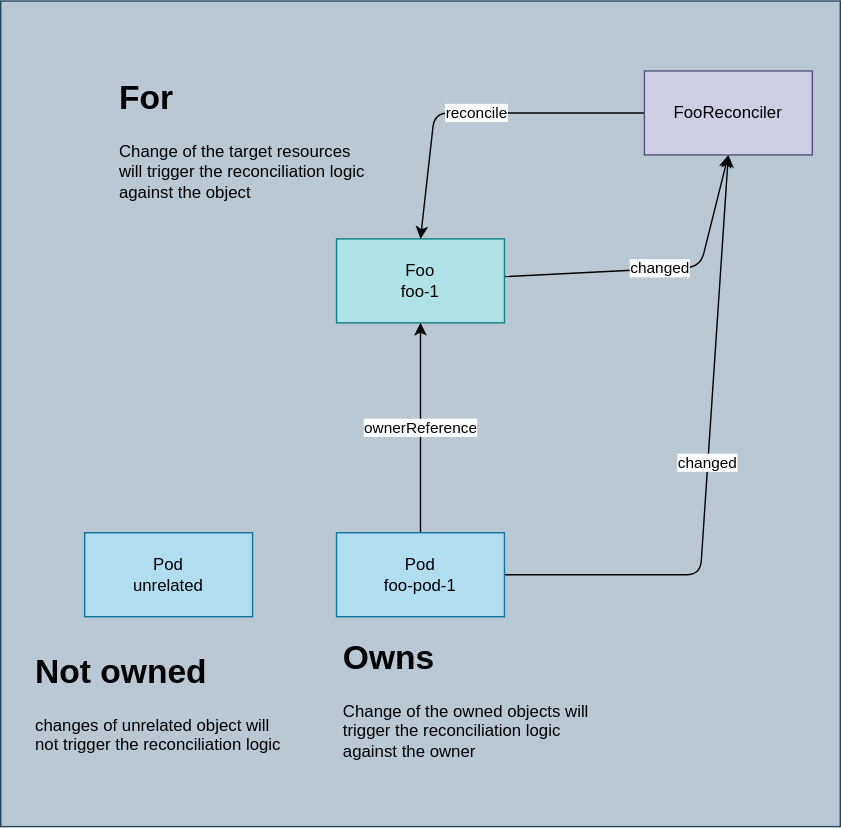
nakamasato/kubernetes-training keeps this draw.io diagram as contents/kubernetes-operator/controller-runtime/builder/for-owns-example.drawio.svg. Above is the earlier version. Source tidied: cells renumbered, new cells last; positions are measured from the earlier drawing's top-left corner, leaving out a move shared by most shapes.
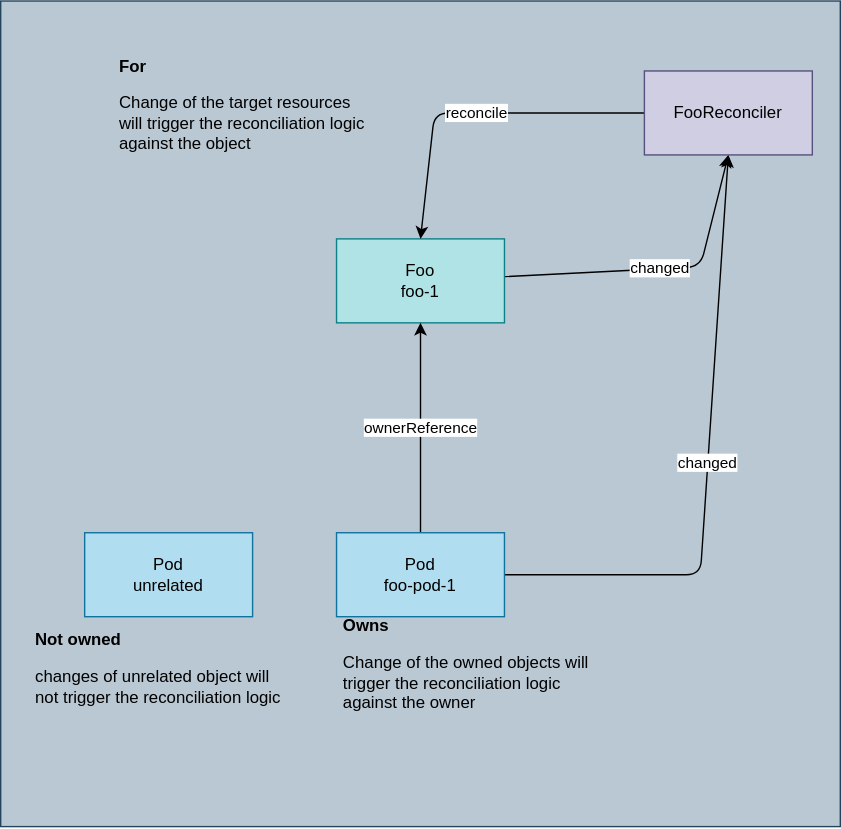
The same diagram one commit later.

Change to the diagram source:
```diff
@@ -41,13 +41,13 @@
     <mxCell id="10" value="Pod&lt;br&gt;unrelated" style="rounded=0;whiteSpace=wrap;html=1;fillColor=#b1ddf0;strokeColor=#10739e;" parent="1" vertex="1">
       <mxGeometry x="60" y="380" width="120" height="60" as="geometry" />
     </mxCell>
-    <mxCell id="11" value="&lt;h1&gt;Owns&lt;/h1&gt;&lt;p&gt;Change of the owned objects will trigger the reconciliation logic against the owner&lt;/p&gt;" style="text;html=1;strokeColor=none;fillColor=none;spacing=5;spacingTop=-20;whiteSpace=wrap;overflow=hidden;rounded=0;" parent="1" vertex="1">
+    <mxCell id="11" value="&lt;div style=&quot;font-size:12px;font-weight:bold;line-height:1.2;margin:0 0 4px 0;&quot;&gt;Owns&lt;/div&gt;&lt;p&gt;Change of the owned objects will trigger the reconciliation logic against the owner&lt;/p&gt;" style="text;html=1;strokeColor=none;fillColor=none;spacing=5;spacingTop=-20;whiteSpace=wrap;overflow=hidden;rounded=0;" parent="1" vertex="1">
       <mxGeometry x="240" y="450" width="190" height="120" as="geometry" />
     </mxCell>
-    <mxCell id="12" value="&lt;h1&gt;For&lt;/h1&gt;&lt;p&gt;Change of the target resources will trigger the reconciliation logic against the object&lt;/p&gt;" style="text;html=1;strokeColor=none;fillColor=none;spacing=5;spacingTop=-20;whiteSpace=wrap;overflow=hidden;rounded=0;" parent="1" vertex="1">
+    <mxCell id="12" value="&lt;div style=&quot;font-size:12px;font-weight:bold;line-height:1.2;margin:0 0 4px 0;&quot;&gt;For&lt;/div&gt;&lt;p&gt;Change of the target resources will trigger the reconciliation logic against the object&lt;/p&gt;" style="text;html=1;strokeColor=none;fillColor=none;spacing=5;spacingTop=-20;whiteSpace=wrap;overflow=hidden;rounded=0;" parent="1" vertex="1">
       <mxGeometry x="80" y="50" width="190" height="100" as="geometry" />
     </mxCell>
-    <mxCell id="13" value="&lt;h1&gt;Not owned&lt;/h1&gt;&lt;p&gt;changes of unrelated object will not trigger the reconciliation logic&lt;/p&gt;" style="text;html=1;strokeColor=none;fillColor=none;spacing=5;spacingTop=-20;whiteSpace=wrap;overflow=hidden;rounded=0;" parent="1" vertex="1">
+    <mxCell id="13" value="&lt;div style=&quot;font-size:12px;font-weight:bold;line-height:1.2;margin:0 0 4px 0;&quot;&gt;Not owned&lt;/div&gt;&lt;p&gt;changes of unrelated object will not trigger the reconciliation logic&lt;/p&gt;" style="text;html=1;strokeColor=none;fillColor=none;spacing=5;spacingTop=-20;whiteSpace=wrap;overflow=hidden;rounded=0;" parent="1" vertex="1">
       <mxGeometry x="20" y="460" width="190" height="120" as="geometry" />
     </mxCell>
   </root>
```
